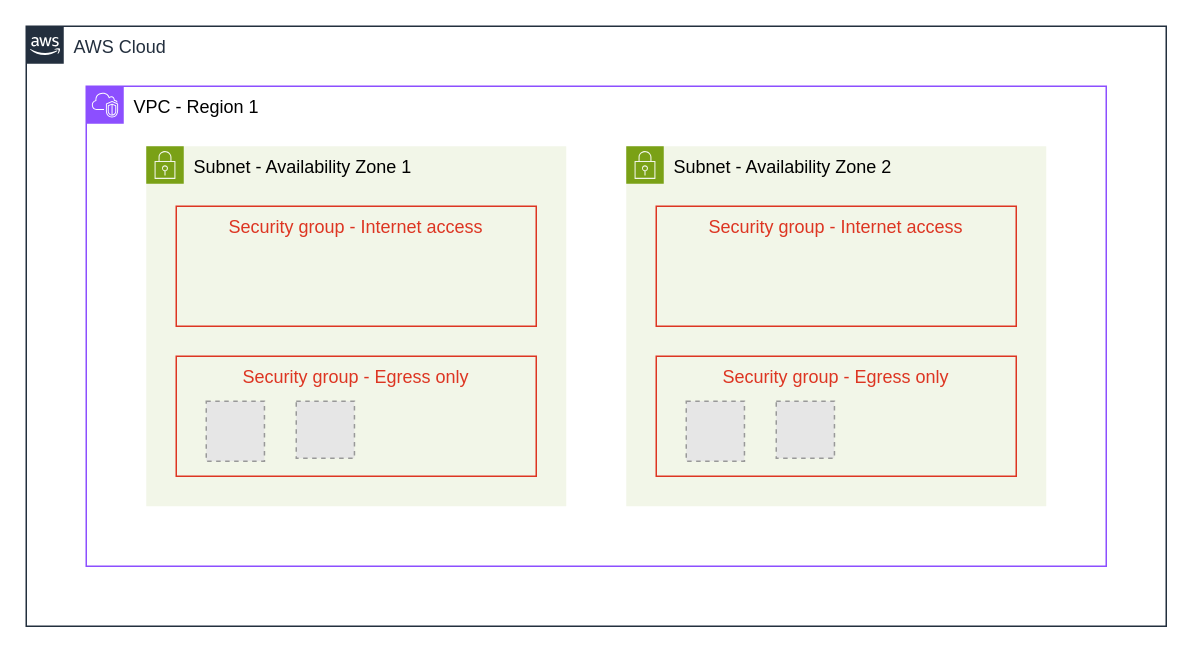
Before: docs/Network.drawio in kowaltz/infrastructure, a draw.io diagram. Source tidied: cells renumbered, new cells numbered last; positions are measured from the earlier drawing's top-left corner, leaving out a move shared by most shapes. Both pictures are drawn from the tidied source at 150%, with x=0, y=0 at pixel (26, 26). Pictures stored in the file or linked from it are replaced by grey dashed boxes.
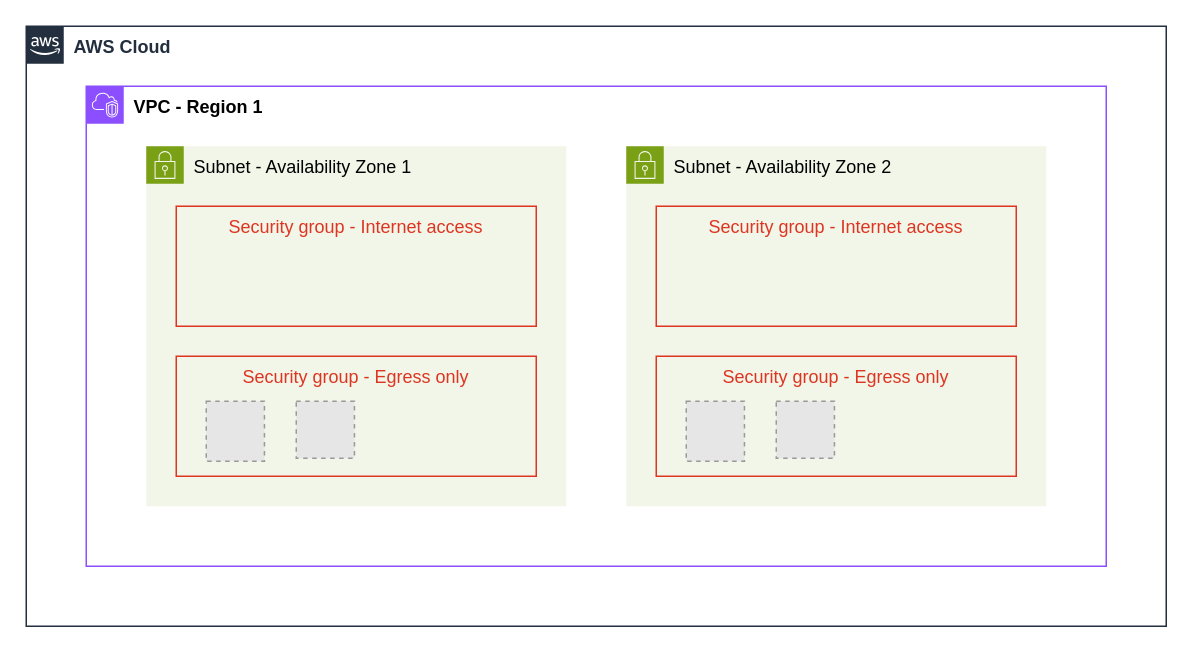
The same diagram, later.

The edit, as a diff of the source:
```diff
@@
 <mxGraphModel>
   <root>
     <mxCell id="0" />
     <mxCell id="1" parent="0" />
-    <mxCell id="2" value="AWS Cloud" style="gradientColor=none;html=1;whiteSpace=wrap;fontSize=12;fontStyle=0;shape=mxgraph.aws4.group;grIcon=mxgraph.aws4.group_aws_cloud_alt;strokeColor=#232F3E;fillColor=none;verticalAlign=top;align=left;spacingLeft=30;fontColor=#232F3E;dashed=0;" parent="1" vertex="1">
+    <mxCell id="2" value="&lt;b&gt;AWS Cloud&lt;/b&gt;" style="gradientColor=none;html=1;whiteSpace=wrap;fontSize=12;fontStyle=0;shape=mxgraph.aws4.group;grIcon=mxgraph.aws4.group_aws_cloud_alt;strokeColor=#232F3E;fillColor=none;verticalAlign=top;align=left;spacingLeft=30;fontColor=#232F3E;dashed=0;" parent="1" vertex="1">
       <mxGeometry width="760" height="400" as="geometry" />
     </mxCell>
-    <mxCell id="3" value="VPC - Region 1" style="gradientColor=none;html=1;whiteSpace=wrap;fontSize=12;fontStyle=0;shape=mxgraph.aws4.group;grIcon=mxgraph.aws4.group_vpc2;strokeColor=#8C4FFF;fillColor=none;verticalAlign=top;align=left;spacingLeft=30;fontColor=#000000;dashed=0;" parent="1" vertex="1">
+    <mxCell id="3" value="&lt;b&gt;VPC - Region 1&lt;/b&gt;" style="gradientColor=none;html=1;whiteSpace=wrap;fontSize=12;fontStyle=0;shape=mxgraph.aws4.group;grIcon=mxgraph.aws4.group_vpc2;strokeColor=#8C4FFF;fillColor=none;verticalAlign=top;align=left;spacingLeft=30;fontColor=#000000;dashed=0;" parent="1" vertex="1">
       <mxGeometry x="40" y="40" width="680" height="320" as="geometry" />
     </mxCell>
     <mxCell id="4" value="Subnet - Availability Zone 1" style="gradientColor=none;html=1;whiteSpace=wrap;fontSize=12;fontStyle=0;shape=mxgraph.aws4.group;grIcon=mxgraph.aws4.group_security_group;grStroke=0;strokeColor=#7AA116;fillColor=#F2F6E8;verticalAlign=top;align=left;spacingLeft=30;fontColor=#000000;dashed=0;" parent="3" vertex="1">
       <mxGeometry x="40" y="40" width="280" height="240" as="geometry" />
     </mxCell>
     <mxCell id="5" value="Security group - Egress only" style="fillColor=none;strokeColor=#DD3522;verticalAlign=top;fontStyle=0;fontColor=#DD3522;whiteSpace=wrap;html=1;" parent="4" vertex="1">
       <mxGeometry x="20" y="140" width="240" height="80" as="geometry" />
     </mxCell>
     <mxCell id="6" value="Security group - Internet access" style="fillColor=none;strokeColor=#DD3522;verticalAlign=top;fontStyle=0;fontColor=#DD3522;whiteSpace=wrap;html=1;" parent="4" vertex="1">
       <mxGeometry x="20" y="40" width="240" height="80" as="geometry" />
     </mxCell>
     <mxCell id="7" style="fillColor=#E6E6E6;strokeColor=#999999;dashed=1;verticalLabelPosition=bottom;labelBackgroundColor=default;verticalAlign=top;" parent="4" vertex="1">
       <mxGeometry x="100" y="170" width="38.8" height="38" as="geometry" />
     </mxCell>
     <mxCell id="8" style="fillColor=#E6E6E6;strokeColor=#999999;dashed=1;verticalLabelPosition=bottom;labelBackgroundColor=default;verticalAlign=top;" parent="4" vertex="1">
       <mxGeometry x="40" y="170" width="38.8" height="40" as="geometry" />
     </mxCell>
     <mxCell id="9" value="Subnet - Availability Zone 2" style="gradientColor=none;html=1;whiteSpace=wrap;fontSize=12;fontStyle=0;shape=mxgraph.aws4.group;grIcon=mxgraph.aws4.group_security_group;grStroke=0;strokeColor=#7AA116;fillColor=#F2F6E8;verticalAlign=top;align=left;spacingLeft=30;fontColor=#000000;dashed=0;" parent="3" vertex="1">
       <mxGeometry x="360" y="40" width="280" height="240" as="geometry" />
     </mxCell>
     <mxCell id="10" value="Security group - Egress only" style="fillColor=none;strokeColor=#DD3522;verticalAlign=top;fontStyle=0;fontColor=#DD3522;whiteSpace=wrap;html=1;" parent="9" vertex="1">
       <mxGeometry x="20" y="140" width="240" height="80" as="geometry" />
     </mxCell>
     <mxCell id="11" value="Security group - Internet access" style="fillColor=none;strokeColor=#DD3522;verticalAlign=top;fontStyle=0;fontColor=#DD3522;whiteSpace=wrap;html=1;" parent="9" vertex="1">
       <mxGeometry x="20" y="40" width="240" height="80" as="geometry" />
     </mxCell>
     <mxCell id="12" style="fillColor=#E6E6E6;strokeColor=#999999;dashed=1;verticalLabelPosition=bottom;labelBackgroundColor=default;verticalAlign=top;" parent="9" vertex="1">
       <mxGeometry x="100" y="170" width="38.8" height="38" as="geometry" />
     </mxCell>
     <mxCell id="13" style="fillColor=#E6E6E6;strokeColor=#999999;dashed=1;verticalLabelPosition=bottom;labelBackgroundColor=default;verticalAlign=top;" parent="9" vertex="1">
       <mxGeometry x="40" y="170" width="38.8" height="40" as="geometry" />
     </mxCell>
   </root>
 </mxGraphModel>
```
